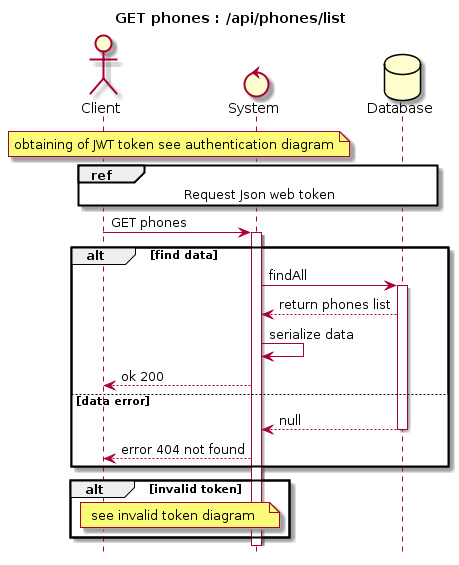
The PlantUML diagram docs/Uml/Diagram_sequences/Diagram_sequence_GET_phones.png in siggwer/Bilemo, before a commit.
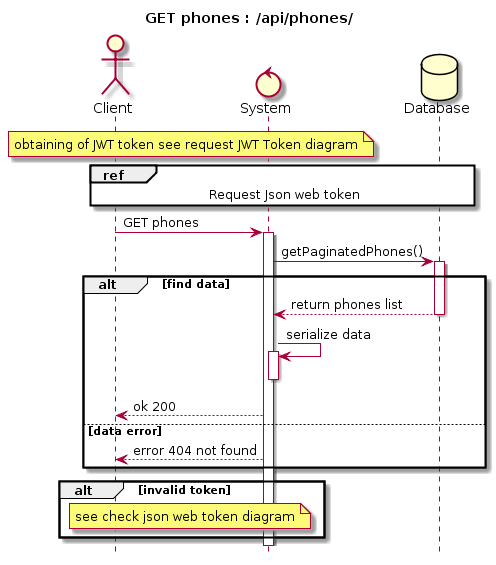
After the change.

Change to the diagram source:
```diff
@@ -1,36 +1,35 @@
 @startuml
 hide footbox
-title GET phones : /api/phones/list
+title GET phones : /api/phones/
 Actor Client
 Control System
 Database Database
 
 note over Client, System
- obtaining of JWT token see authentication diagram
+ obtaining of JWT token see request JWT Token diagram
 end note
 
 ref over Client, System, Database
     Request Json web token
 end ref
 
-
 Client -> System : GET phones
 activate System
-
+System -> Database: getPaginatedPhones()
+activate Database
 alt find data
-System -> Database: findAll
-activate Database
 Database --> System : return phones list
+deactivate Database
 System -> System: serialize data
+activate System
+deactivate System
 System --> Client: ok 200
     else data error
-    Database --> System : null
-    deactivate Database
     System --> Client : error 404 not found
 end
 alt invalid token
 note over Client, System
-    see invalid token diagram
+    see check json web token diagram
 end note
 end
 @enduml
```
